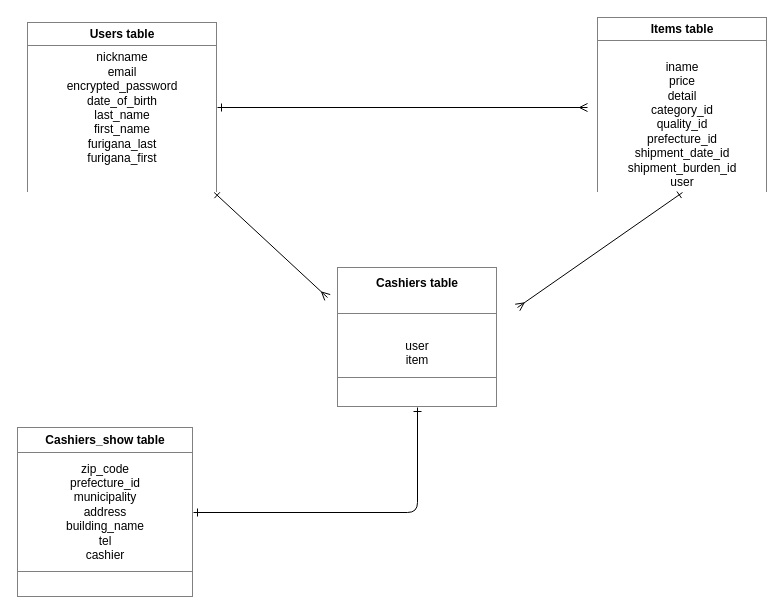
Above: furima.dio in haruna666/furima-31738 (draw.io), before the change. Source tidied: cells renumbered, new cells numbered last; positions are measured from the earlier drawing's top-left corner, leaving out a move shared by most shapes. Both pictures are drawn from the tidied source at 100%, with x=0, y=0 at pixel (17, 17).
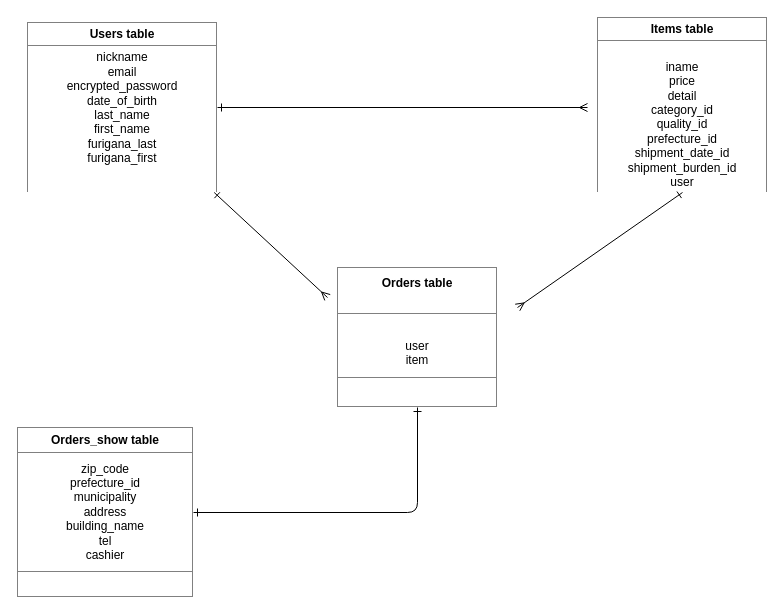
The same page after the edit.

The edit, as a diff of the source:
```diff
@@
 <mxGraphModel>
   <root>
     <mxCell id="0" />
     <mxCell id="1" parent="0" />
     <mxCell id="2" style="edgeStyle=none;rounded=1;jettySize=auto;html=1;endArrow=ERmany;endFill=0;startArrow=ERone;startFill=0;" parent="1" edge="1" source="4">
       <mxGeometry relative="1" as="geometry">
         <mxPoint x="570" y="90" as="targetPoint" />
       </mxGeometry>
     </mxCell>
     <mxCell id="3" style="edgeStyle=none;rounded=1;jettySize=auto;html=1;startArrow=ERone;startFill=0;endArrow=ERmany;endFill=0;" parent="1" edge="1" source="4">
       <mxGeometry relative="1" as="geometry">
         <mxPoint x="310" y="280" as="targetPoint" />
       </mxGeometry>
     </mxCell>
     <mxCell id="4" value="&lt;table border=&quot;1&quot; width=&quot;100%&quot; cellpadding=&quot;4&quot; style=&quot;width: 100% ; height: 100% ; border-collapse: collapse&quot;&gt;&lt;tbody&gt;&lt;tr&gt;&lt;th align=&quot;center&quot;&gt;Users table&lt;/th&gt;&lt;/tr&gt;&lt;tr&gt;&lt;td align=&quot;center&quot;&gt;nickname&lt;br&gt;email&lt;br&gt;encrypted_password&lt;br&gt;date_of_birth&lt;br&gt;last_name&lt;br&gt;first_name&lt;br&gt;furigana_last&lt;br&gt;furigana_first&lt;br&gt;&lt;br&gt;&lt;br&gt;&lt;/td&gt;&lt;/tr&gt;&lt;tr&gt;&lt;td&gt;&lt;div style=&quot;text-align: center&quot;&gt;&lt;br&gt;&lt;/div&gt;&lt;/td&gt;&lt;/tr&gt;&lt;/tbody&gt;&lt;/table&gt;" style="text;html=1;strokeColor=none;fillColor=none;overflow=fill;" parent="1" vertex="1">
       <mxGeometry x="10" y="5" width="190" height="170" as="geometry" />
     </mxCell>
     <mxCell id="5" style="edgeStyle=none;rounded=1;jettySize=auto;html=1;exitX=0.5;exitY=1;exitDx=0;exitDy=0;startArrow=ERone;startFill=0;endArrow=ERmany;endFill=0;" parent="1" edge="1" source="6">
       <mxGeometry relative="1" as="geometry">
         <mxPoint x="500" y="290" as="targetPoint" />
       </mxGeometry>
     </mxCell>
     <mxCell id="6" value="&lt;table border=&quot;1&quot; width=&quot;100%&quot; cellpadding=&quot;4&quot; style=&quot;width: 100% ; height: 100% ; border-collapse: collapse&quot;&gt;&lt;tbody&gt;&lt;tr&gt;&lt;th align=&quot;center&quot;&gt;Items table&lt;/th&gt;&lt;/tr&gt;&lt;tr&gt;&lt;td align=&quot;center&quot;&gt;&lt;br&gt;iname&lt;br&gt;price&lt;br&gt;detail&lt;br&gt;category_id&lt;br&gt;quality_id&lt;br&gt;prefecture_id&lt;br&gt;shipment_date_id&lt;br&gt;shipment_burden_id&lt;br&gt;user&lt;br&gt;&lt;br&gt;&lt;/td&gt;&lt;/tr&gt;&lt;tr&gt;&lt;td align=&quot;center&quot;&gt;&lt;br&gt;&lt;/td&gt;&lt;/tr&gt;&lt;/tbody&gt;&lt;/table&gt;" style="text;html=1;strokeColor=none;fillColor=none;overflow=fill;" parent="1" vertex="1">
       <mxGeometry x="580" width="170" height="175" as="geometry" />
     </mxCell>
     <mxCell id="7" style="edgeStyle=orthogonalEdgeStyle;rounded=1;jettySize=auto;html=1;exitX=1;exitY=0.5;exitDx=0;exitDy=0;entryX=0.5;entryY=1;entryDx=0;entryDy=0;startArrow=ERone;startFill=0;endArrow=ERone;endFill=0;" parent="1" edge="1" source="8" target="9">
       <mxGeometry relative="1" as="geometry" />
     </mxCell>
-    <mxCell id="8" value="&lt;table border=&quot;1&quot; width=&quot;100%&quot; cellpadding=&quot;4&quot; style=&quot;width: 100% ; height: 100% ; border-collapse: collapse&quot;&gt;&lt;tbody&gt;&lt;tr&gt;&lt;th align=&quot;center&quot;&gt;Cashiers_show table&lt;/th&gt;&lt;/tr&gt;&lt;tr&gt;&lt;td align=&quot;center&quot;&gt;zip_code&lt;br&gt;prefecture_id&lt;br&gt;municipality&lt;br&gt;address&lt;br&gt;building_name&lt;br&gt;tel&lt;br&gt;cashier&lt;/td&gt;&lt;/tr&gt;&lt;tr&gt;&lt;td align=&quot;center&quot;&gt;&lt;br&gt;&lt;/td&gt;&lt;/tr&gt;&lt;/tbody&gt;&lt;/table&gt;" style="text;html=1;strokeColor=none;fillColor=none;overflow=fill;" parent="1" vertex="1">
+    <mxCell id="8" value="&lt;table border=&quot;1&quot; width=&quot;100%&quot; cellpadding=&quot;4&quot; style=&quot;width: 100% ; height: 100% ; border-collapse: collapse&quot;&gt;&lt;tbody&gt;&lt;tr&gt;&lt;th align=&quot;center&quot;&gt;Orders_show table&lt;/th&gt;&lt;/tr&gt;&lt;tr&gt;&lt;td align=&quot;center&quot;&gt;zip_code&lt;br&gt;prefecture_id&lt;br&gt;municipality&lt;br&gt;address&lt;br&gt;building_name&lt;br&gt;tel&lt;br&gt;cashier&lt;/td&gt;&lt;/tr&gt;&lt;tr&gt;&lt;td align=&quot;center&quot;&gt;&lt;br&gt;&lt;/td&gt;&lt;/tr&gt;&lt;/tbody&gt;&lt;/table&gt;" style="text;html=1;strokeColor=none;fillColor=none;overflow=fill;" parent="1" vertex="1">
       <mxGeometry y="410" width="176" height="170" as="geometry" />
     </mxCell>
-    <mxCell id="9" value="&lt;table border=&quot;1&quot; width=&quot;100%&quot; cellpadding=&quot;4&quot; style=&quot;width: 100% ; height: 100% ; border-collapse: collapse&quot;&gt;&lt;tbody&gt;&lt;tr&gt;&lt;th align=&quot;center&quot;&gt;Cashiers table&lt;br&gt;&lt;br&gt;&lt;/th&gt;&lt;/tr&gt;&lt;tr&gt;&lt;td align=&quot;center&quot;&gt;&lt;br&gt;user&lt;br&gt;item&lt;/td&gt;&lt;/tr&gt;&lt;tr&gt;&lt;td align=&quot;center&quot;&gt;&lt;br&gt;&lt;/td&gt;&lt;/tr&gt;&lt;/tbody&gt;&lt;/table&gt;" style="text;html=1;strokeColor=none;fillColor=none;overflow=fill;" parent="1" vertex="1">
+    <mxCell id="9" value="&lt;table border=&quot;1&quot; width=&quot;100%&quot; cellpadding=&quot;4&quot; style=&quot;width: 100% ; height: 100% ; border-collapse: collapse&quot;&gt;&lt;tbody&gt;&lt;tr&gt;&lt;th align=&quot;center&quot;&gt;Orders table&lt;br&gt;&lt;br&gt;&lt;/th&gt;&lt;/tr&gt;&lt;tr&gt;&lt;td align=&quot;center&quot;&gt;&lt;br&gt;user&lt;br&gt;item&lt;/td&gt;&lt;/tr&gt;&lt;tr&gt;&lt;td align=&quot;center&quot;&gt;&lt;br&gt;&lt;/td&gt;&lt;/tr&gt;&lt;/tbody&gt;&lt;/table&gt;" style="text;html=1;strokeColor=none;fillColor=none;overflow=fill;" parent="1" vertex="1">
       <mxGeometry x="320" y="250" width="160" height="140" as="geometry" />
     </mxCell>
   </root>
 </mxGraphModel>
```
